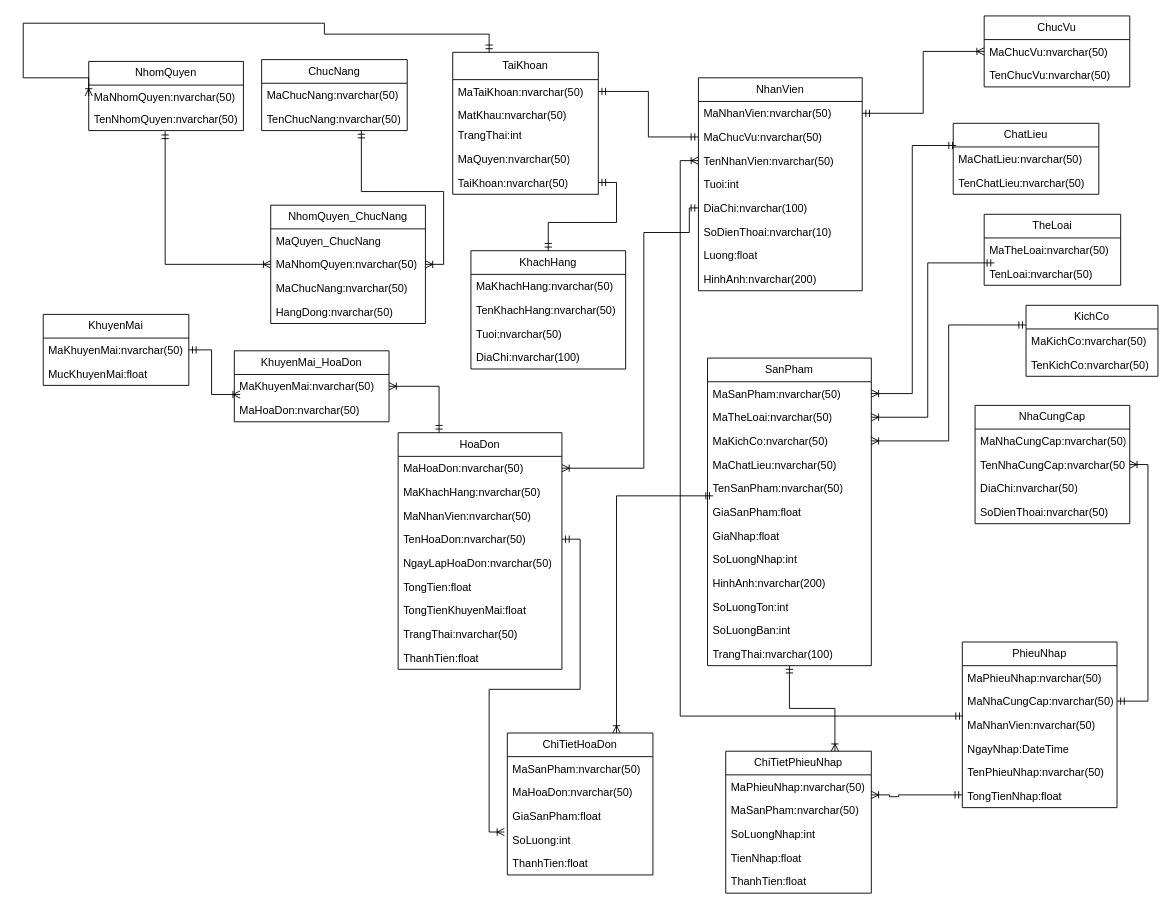
Before: Biểu đồ không có tiêu đề (1).drawio in maivantai2003/Database, a draw.io diagram. Source tidied: cells renumbered, new cells numbered last; positions are measured from the earlier drawing's top-left corner, leaving out a move shared by most shapes. Both pictures are drawn from the tidied source at 91%, with x=0, y=0 at pixel (23, 15).
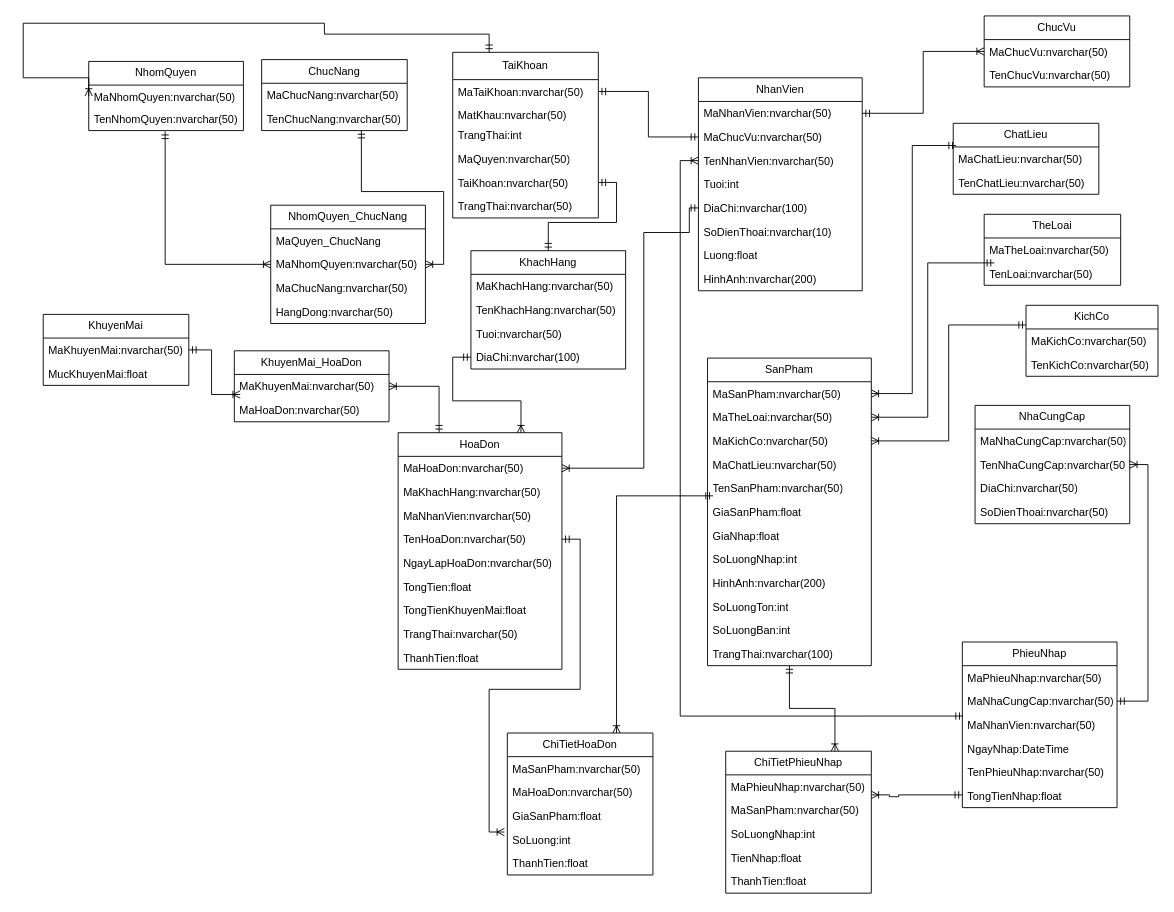
After the change.

Commit message (it also covers changes not shown here):
Cập nhật Biểu đồ không có tiêu đề (1).drawio

The change refers to these unchanged cells:
```xml
<mxCell id="40" value="DiaChi:nvarchar(100)" style="text;strokeColor=none;fillColor=none;align=left;verticalAlign=top;spacingLeft=4;spacingRight=4;overflow=hidden;points=[[0,0.5],[1,0.5]];portConstraint=eastwest;whiteSpace=wrap;html=1;" parent="36" vertex="1">
  <mxGeometry y="104" width="170" height="26" as="geometry" />
</mxCell>
<mxCell id="89" value="HoaDon" style="swimlane;fontStyle=0;horizontal=1;startSize=26;fillColor=none;whiteSpace=wrap;html=1;" parent="1" vertex="1">
  <mxGeometry x="412" y="458" width="180" height="260" as="geometry" />
</mxCell>
```

Diff of the diagram source:
```diff
@@
     <mxCell id="15" value="TaiKhoan" style="swimlane;fontStyle=0;horizontal=1;startSize=30;fillColor=none;whiteSpace=wrap;html=1;" parent="1" vertex="1">
-      <mxGeometry x="472" y="40" width="160" height="156" as="geometry" />
+      <mxGeometry x="472" y="40" width="160" height="182" as="geometry" />
     </mxCell>
@@
+    <mxCell id="116" value="TrangThai:nvarchar(50)" style="text;strokeColor=none;fillColor=none;align=left;verticalAlign=top;spacingLeft=4;spacingRight=4;overflow=hidden;whiteSpace=wrap;html=1;" parent="15" vertex="1">
+      <mxGeometry y="156" width="160" height="26" as="geometry" />
+    </mxCell>
@@
+    <mxCell id="117" style="edgeStyle=orthogonalEdgeStyle;rounded=0;jettySize=auto;html=1;exitX=0.75;exitY=0;exitDx=0;exitDy=0;entryX=0;entryY=0.5;entryDx=0;entryDy=0;startArrow=ERoneToMany;startFill=0;endArrow=ERmandOne;endFill=0;" parent="1" edge="1" source="89" target="40">
+      <mxGeometry relative="1" as="geometry" />
+    </mxCell>
```
